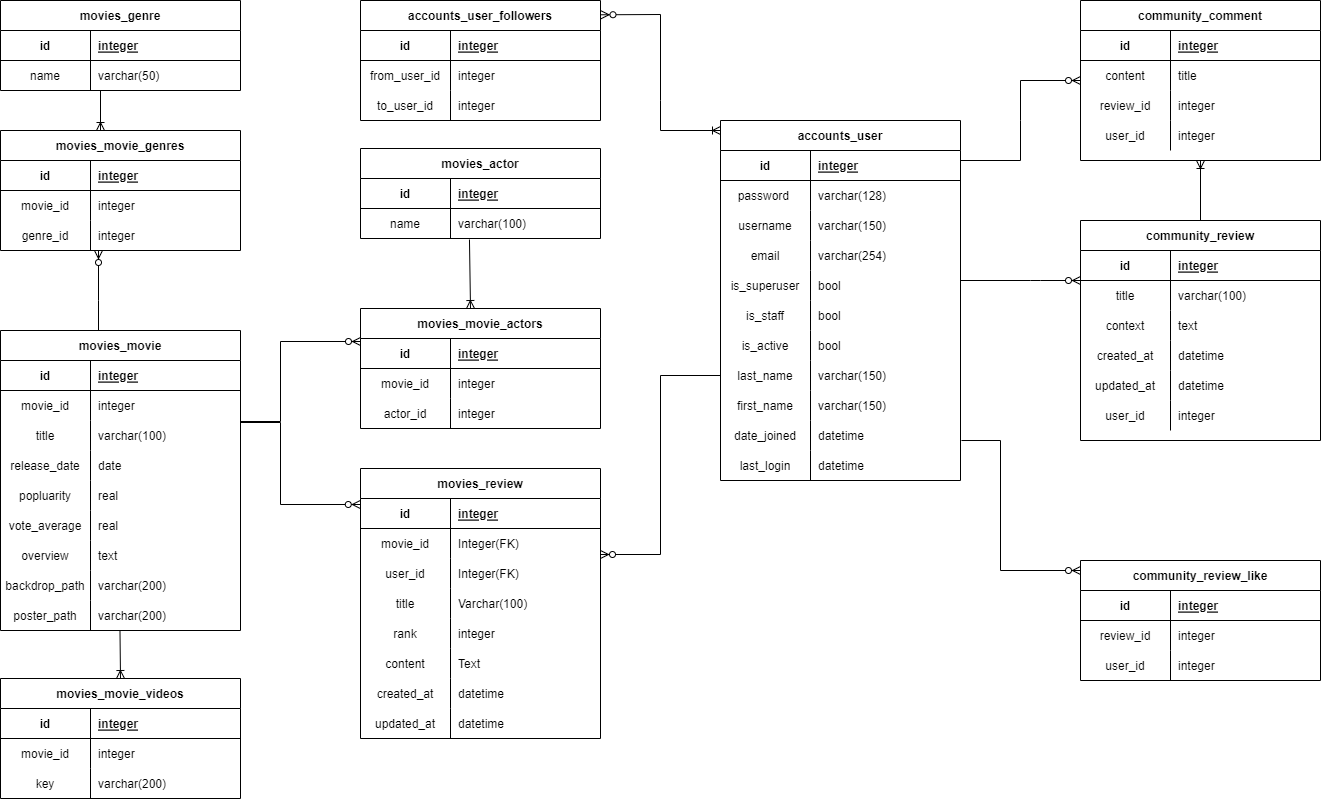
WebProject-vueflix/vueflix keeps this draw.io diagram as image/ERD.drawio.png. Above is the earlier version. Source tidied: cells renumbered, new cells last; positions are measured from the earlier drawing's top-left corner, leaving out a move shared by most shapes.
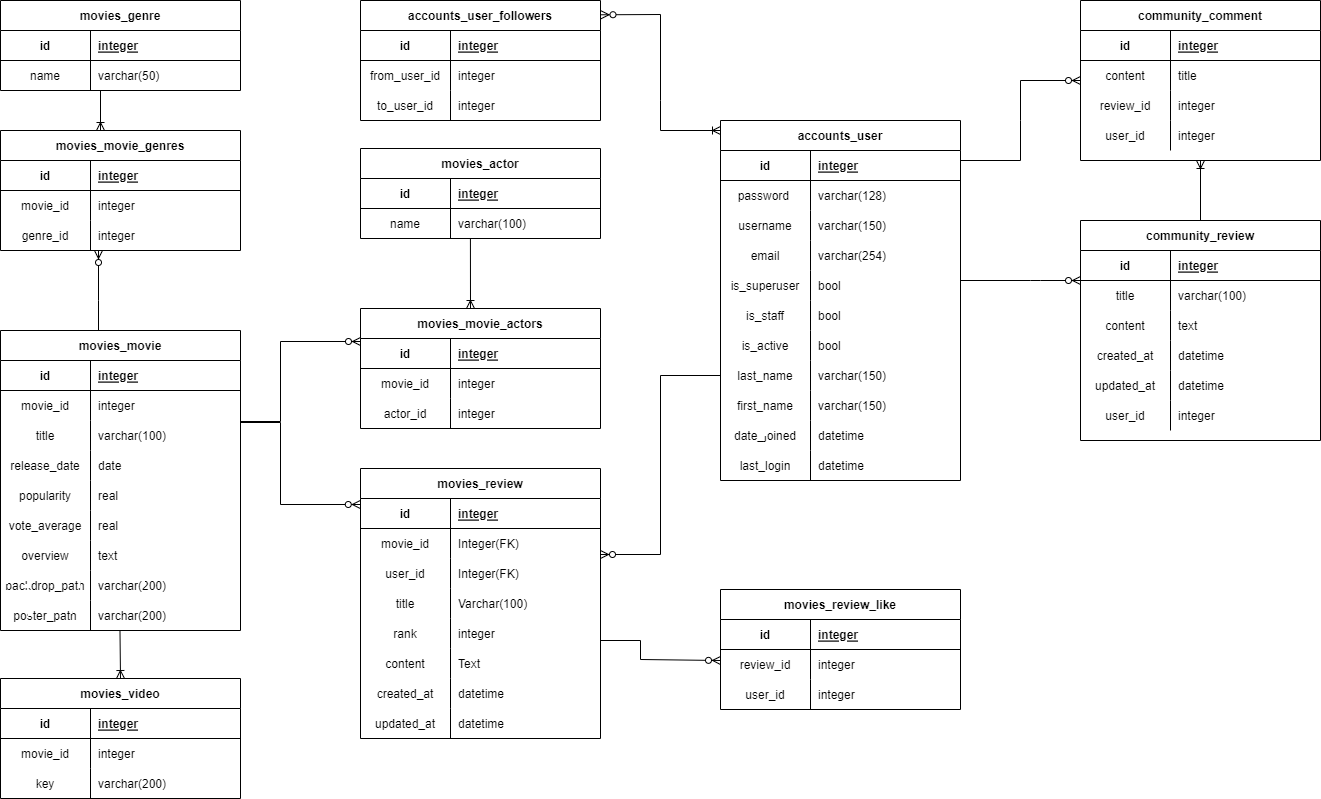
The same diagram one commit later.

Change to the diagram source:
```diff
@@ -101,7 +101,7 @@
     <mxCell id="34" style="shape=tableRow;horizontal=0;startSize=0;swimlaneHead=0;swimlaneBody=0;fillColor=none;top=0;left=0;right=0;bottom=0;" parent="21" vertex="1">
       <mxGeometry y="150" width="240" height="30" as="geometry" />
     </mxCell>
-    <mxCell id="35" value="popluarity" style="shape=partialRectangle;fillColor=none;top=0;left=0;bottom=0;right=0;overflow=hidden;" parent="34" vertex="1">
+    <mxCell id="35" value="popularity" style="shape=partialRectangle;fillColor=none;top=0;left=0;bottom=0;right=0;overflow=hidden;" parent="34" vertex="1">
       <mxGeometry width="90" height="30" as="geometry" />
     </mxCell>
     <mxCell id="36" value="real" style="shape=partialRectangle;fillColor=none;top=0;left=0;bottom=0;right=0;align=left;spacingLeft=6;overflow=hidden;" parent="34" vertex="1">
@@ -304,7 +304,7 @@
         </Array>
       </mxGeometry>
     </mxCell>
-    <mxCell id="95" style="fontSize=12;html=1;endArrow=ERoneToMany;rounded=0;elbow=vertical;exitX=0.454;exitY=1.033;exitDx=0;exitDy=0;exitPerimeter=0;" parent="3" edge="1" source="63">
+    <mxCell id="95" style="fontSize=12;html=1;endArrow=ERoneToMany;rounded=0;elbow=vertical;exitX=0.458;exitY=1.009;exitDx=0;exitDy=0;exitPerimeter=0;" parent="3" edge="1" source="63">
       <mxGeometry relative="1" as="geometry">
         <mxPoint x="470" y="308" as="targetPoint" />
       </mxGeometry>
@@ -318,7 +318,7 @@
         </Array>
       </mxGeometry>
     </mxCell>
-    <mxCell id="97" value="movies_movie_videos" style="shape=table;startSize=30;rowLines=0;fontStyle=1;align=center;" parent="3" vertex="1">
+    <mxCell id="97" value="movies_video" style="shape=table;startSize=30;rowLines=0;fontStyle=1;align=center;" parent="3" vertex="1">
       <mxGeometry y="678" width="240" height="120" as="geometry" />
     </mxCell>
     <mxCell id="98" style="shape=tableRow;horizontal=0;startSize=0;swimlaneHead=0;swimlaneBody=0;fillColor=none;top=0;left=0;right=0;bottom=1;" parent="97" vertex="1">
@@ -353,11 +353,18 @@
         <mxPoint x="119.5" y="630" as="sourcePoint" />
       </mxGeometry>
     </mxCell>
-    <mxCell id="108" style="group;" parent="3" vertex="1">
-      <mxGeometry x="360" width="960" height="680" as="geometry" />
-    </mxCell>
+    <mxCell id="198" style="fontSize=12;html=1;endArrow=ERzeroToMany;endFill=1;rounded=0;elbow=vertical;" parent="3" edge="1">
+      <mxGeometry relative="1" as="geometry">
+        <mxPoint x="600" y="640" as="sourcePoint" />
+        <mxPoint x="720" y="660" as="targetPoint" />
+        <Array as="points">
+          <mxPoint x="640" y="640" />
+          <mxPoint x="640" y="659" />
+        </Array>
+      </mxGeometry>
+    </mxCell>
-    <mxCell id="109" value="accounts_user" style="shape=table;startSize=30;rowLines=0;fontStyle=1;align=center;" parent="108" vertex="1">
-      <mxGeometry x="360" y="120" width="240" height="360" as="geometry" />
+    <mxCell id="109" value="accounts_user" style="shape=table;startSize=30;rowLines=0;fontStyle=1;align=center;" parent="3" vertex="1">
+      <mxGeometry x="720" y="120" width="240" height="360" as="geometry" />
     </mxCell>
     <mxCell id="110" style="shape=tableRow;horizontal=0;startSize=0;swimlaneHead=0;swimlaneBody=0;fillColor=none;top=0;left=0;right=0;bottom=1;" parent="109" vertex="1">
       <mxGeometry y="30" width="240" height="30" as="geometry" />
@@ -458,8 +465,8 @@
     <mxCell id="142" value="datetime" style="shape=partialRectangle;fillColor=none;top=0;left=0;bottom=0;right=0;align=left;spacingLeft=6;overflow=hidden;" parent="140" vertex="1">
       <mxGeometry x="90" width="150" height="30" as="geometry" />
     </mxCell>
-    <mxCell id="143" value="community_review" style="shape=table;startSize=30;rowLines=0;fontStyle=1;align=center;" parent="108" vertex="1">
-      <mxGeometry x="720" y="220" width="240" height="220" as="geometry" />
+    <mxCell id="143" value="community_review" style="shape=table;startSize=30;rowLines=0;fontStyle=1;align=center;" parent="3" vertex="1">
+      <mxGeometry x="1080" y="220" width="240" height="220" as="geometry" />
     </mxCell>
     <mxCell id="144" style="shape=tableRow;horizontal=0;startSize=0;swimlaneHead=0;swimlaneBody=0;fillColor=none;top=0;left=0;right=0;bottom=1;" parent="143" vertex="1">
       <mxGeometry y="30" width="240" height="30" as="geometry" />
@@ -482,7 +489,7 @@
     <mxCell id="150" style="shape=tableRow;horizontal=0;startSize=0;swimlaneHead=0;swimlaneBody=0;fillColor=none;top=0;left=0;right=0;bottom=0;" parent="143" vertex="1">
       <mxGeometry y="90" width="240" height="30" as="geometry" />
     </mxCell>
-    <mxCell id="151" value="context" style="shape=partialRectangle;fillColor=none;top=0;left=0;bottom=0;right=0;overflow=hidden;" parent="150" vertex="1">
+    <mxCell id="151" value="content" style="shape=partialRectangle;fillColor=none;top=0;left=0;bottom=0;right=0;overflow=hidden;" parent="150" vertex="1">
       <mxGeometry width="90" height="30" as="geometry" />
     </mxCell>
     <mxCell id="152" value="text" style="shape=partialRectangle;fillColor=none;top=0;left=0;bottom=0;right=0;align=left;spacingLeft=6;overflow=hidden;" parent="150" vertex="1">
@@ -515,8 +522,8 @@
     <mxCell id="161" value="integer" style="shape=partialRectangle;fillColor=none;top=0;left=0;bottom=0;right=0;align=left;spacingLeft=6;overflow=hidden;" parent="159" vertex="1">
       <mxGeometry x="90" width="150" height="30" as="geometry" />
     </mxCell>
-    <mxCell id="162" value="community_comment" style="shape=table;startSize=30;rowLines=0;fontStyle=1;align=center;" parent="108" vertex="1">
-      <mxGeometry x="720" width="240" height="160" as="geometry" />
+    <mxCell id="162" value="community_comment" style="shape=table;startSize=30;rowLines=0;fontStyle=1;align=center;" parent="3" vertex="1">
+      <mxGeometry x="1080" width="240" height="160" as="geometry" />
     </mxCell>
     <mxCell id="163" style="shape=tableRow;horizontal=0;startSize=0;swimlaneHead=0;swimlaneBody=0;fillColor=none;top=0;left=0;right=0;bottom=1;" parent="162" vertex="1">
       <mxGeometry y="30" width="240" height="30" as="geometry" />
@@ -554,8 +561,8 @@
     <mxCell id="174" value="integer" style="shape=partialRectangle;fillColor=none;top=0;left=0;bottom=0;right=0;align=left;spacingLeft=6;overflow=hidden;" parent="172" vertex="1">
       <mxGeometry x="90" width="150" height="30" as="geometry" />
     </mxCell>
-    <mxCell id="175" value="community_review_like" style="shape=table;startSize=30;rowLines=0;fontStyle=1;align=center;" parent="108" vertex="1">
-      <mxGeometry x="720" y="560" width="240" height="120" as="geometry" />
+    <mxCell id="175" value="movies_review_like" style="shape=table;startSize=30;rowLines=0;fontStyle=1;align=center;" parent="3" vertex="1">
+      <mxGeometry x="720" y="589" width="240" height="120" as="geometry" />
     </mxCell>
     <mxCell id="176" style="shape=tableRow;horizontal=0;startSize=0;swimlaneHead=0;swimlaneBody=0;fillColor=none;top=0;left=0;right=0;bottom=1;" parent="175" vertex="1">
       <mxGeometry y="30" width="240" height="30" as="geometry" />
@@ -584,8 +591,8 @@
     <mxCell id="184" value="integer" style="shape=partialRectangle;fillColor=none;top=0;left=0;bottom=0;right=0;align=left;spacingLeft=6;overflow=hidden;" parent="182" vertex="1">
       <mxGeometry x="90" width="150" height="30" as="geometry" />
     </mxCell>
-    <mxCell id="185" value="accounts_user_followers" style="shape=table;startSize=30;rowLines=0;fontStyle=1;align=center;" parent="108" vertex="1">
-      <mxGeometry width="240" height="120" as="geometry" />
+    <mxCell id="185" value="accounts_user_followers" style="shape=table;startSize=30;rowLines=0;fontStyle=1;align=center;" parent="3" vertex="1">
+      <mxGeometry x="360" width="240" height="120" as="geometry" />
     </mxCell>
     <mxCell id="186" style="shape=tableRow;horizontal=0;startSize=0;swimlaneHead=0;swimlaneBody=0;fillColor=none;top=0;left=0;right=0;bottom=1;" parent="185" vertex="1">
       <mxGeometry y="30" width="240" height="30" as="geometry" />
@@ -614,47 +621,38 @@
     <mxCell id="194" value="integer" style="shape=partialRectangle;fillColor=none;top=0;left=0;bottom=0;right=0;align=left;spacingLeft=6;overflow=hidden;" parent="192" vertex="1">
       <mxGeometry x="90" width="150" height="30" as="geometry" />
     </mxCell>
-    <mxCell id="195" style="fontSize=12;html=1;endArrow=ERoneToMany;startArrow=ERzeroToMany;rounded=0;exitX=1.002;exitY=0.119;exitDx=0;exitDy=0;exitPerimeter=0;elbow=vertical;" parent="108" edge="1" source="185">
+    <mxCell id="195" style="fontSize=12;html=1;endArrow=ERoneToMany;startArrow=ERzeroToMany;rounded=0;exitX=1.002;exitY=0.119;exitDx=0;exitDy=0;exitPerimeter=0;elbow=vertical;" parent="3" edge="1" source="185">
       <mxGeometry relative="1" as="geometry">
-        <mxPoint x="360" y="130" as="targetPoint" />
+        <mxPoint x="720" y="130" as="targetPoint" />
         <Array as="points">
-          <mxPoint x="300" y="14" />
-          <mxPoint x="300" y="100" />
-          <mxPoint x="300" y="130" />
+          <mxPoint x="660" y="14" />
+          <mxPoint x="660" y="100" />
+          <mxPoint x="660" y="130" />
         </Array>
       </mxGeometry>
     </mxCell>
-    <mxCell id="196" style="fontSize=12;html=1;endArrow=ERzeroToMany;endFill=1;rounded=0;elbow=vertical;" parent="108" edge="1">
+    <mxCell id="196" style="fontSize=12;html=1;endArrow=ERzeroToMany;endFill=1;rounded=0;elbow=vertical;" parent="3" edge="1">
       <mxGeometry relative="1" as="geometry">
-        <mxPoint x="600" y="160" as="sourcePoint" />
-        <mxPoint x="720" y="80" as="targetPoint" />
+        <mxPoint x="960" y="160" as="sourcePoint" />
+        <mxPoint x="1080" y="80" as="targetPoint" />
         <Array as="points">
-          <mxPoint x="660" y="160" />
-          <mxPoint x="660" y="120" />
-          <mxPoint x="660" y="80" />
+          <mxPoint x="1020" y="160" />
+          <mxPoint x="1020" y="120" />
+          <mxPoint x="1020" y="80" />
         </Array>
       </mxGeometry>
     </mxCell>
-    <mxCell id="197" style="fontSize=12;html=1;endArrow=ERzeroToMany;endFill=1;rounded=0;elbow=vertical;" parent="108" edge="1">
+    <mxCell id="197" style="fontSize=12;html=1;endArrow=ERzeroToMany;endFill=1;rounded=0;elbow=vertical;" parent="3" edge="1">
       <mxGeometry relative="1" as="geometry">
-        <mxPoint x="600" y="280" as="sourcePoint" />
-        <mxPoint x="720" y="280" as="targetPoint" />
+        <mxPoint x="960" y="280" as="sourcePoint" />
+        <mxPoint x="1080" y="280" as="targetPoint" />
         <Array as="points">
-          <mxPoint x="670" y="280" />
-          <mxPoint x="680" y="280" />
+          <mxPoint x="1030" y="280" />
+          <mxPoint x="1040" y="280" />
         </Array>
       </mxGeometry>
     </mxCell>
-    <mxCell id="198" style="fontSize=12;html=1;endArrow=ERzeroToMany;endFill=1;rounded=0;elbow=vertical;exitX=1.004;exitY=0.667;exitDx=0;exitDy=0;exitPerimeter=0;" parent="108" edge="1" source="137">
-      <mxGeometry relative="1" as="geometry">
-        <mxPoint x="720" y="570" as="targetPoint" />
-        <Array as="points">
-          <mxPoint x="640" y="440" />
-          <mxPoint x="640" y="570" />
-        </Array>
-      </mxGeometry>
-    </mxCell>
-    <mxCell id="199" style="fontSize=12;html=1;endArrow=ERoneToMany;rounded=0;elbow=vertical;entryX=0.5;entryY=1;entryDx=0;entryDy=0;exitX=0.5;exitY=0;exitDx=0;exitDy=0;" parent="108" edge="1" source="143" target="162">
+    <mxCell id="199" style="fontSize=12;html=1;endArrow=ERoneToMany;rounded=0;elbow=vertical;entryX=0.5;entryY=1;entryDx=0;entryDy=0;exitX=0.5;exitY=0;exitDx=0;exitDy=0;" parent="3" edge="1" source="143" target="162">
       <mxGeometry relative="1" as="geometry" />
     </mxCell>
   </root>
```
